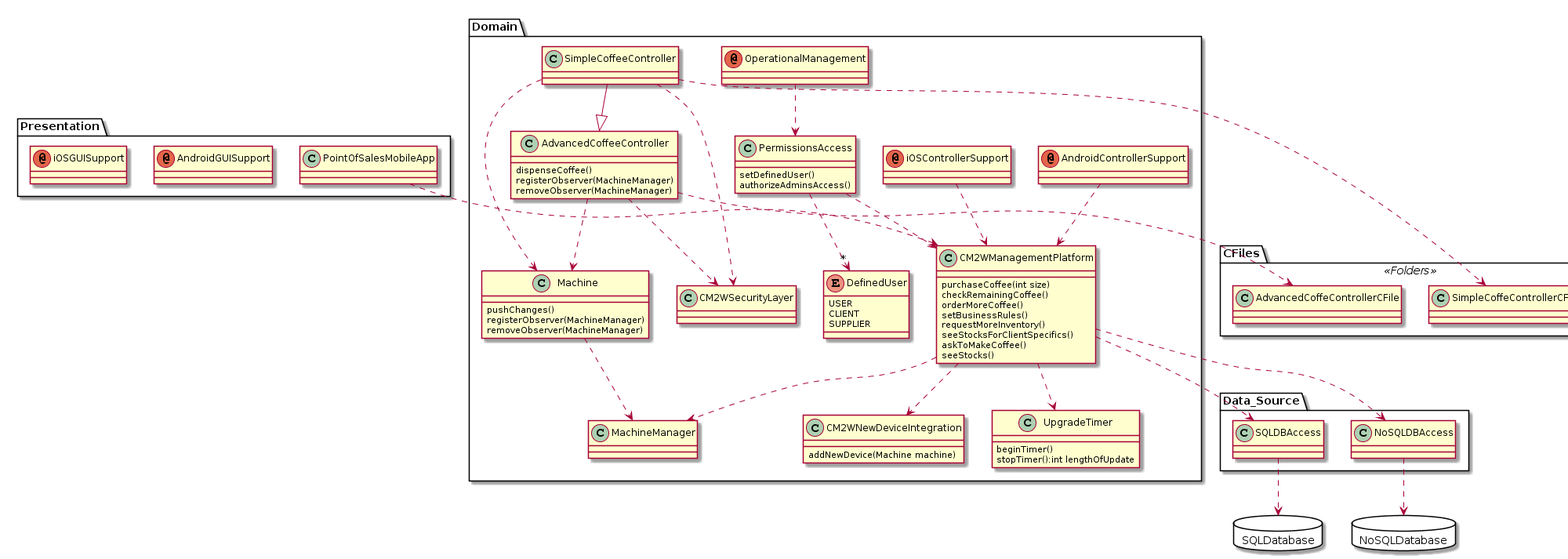
This is docs/images/FinalDomainModel.png from dgruninger97/Project, a PlantUML export, as it was before one commit.
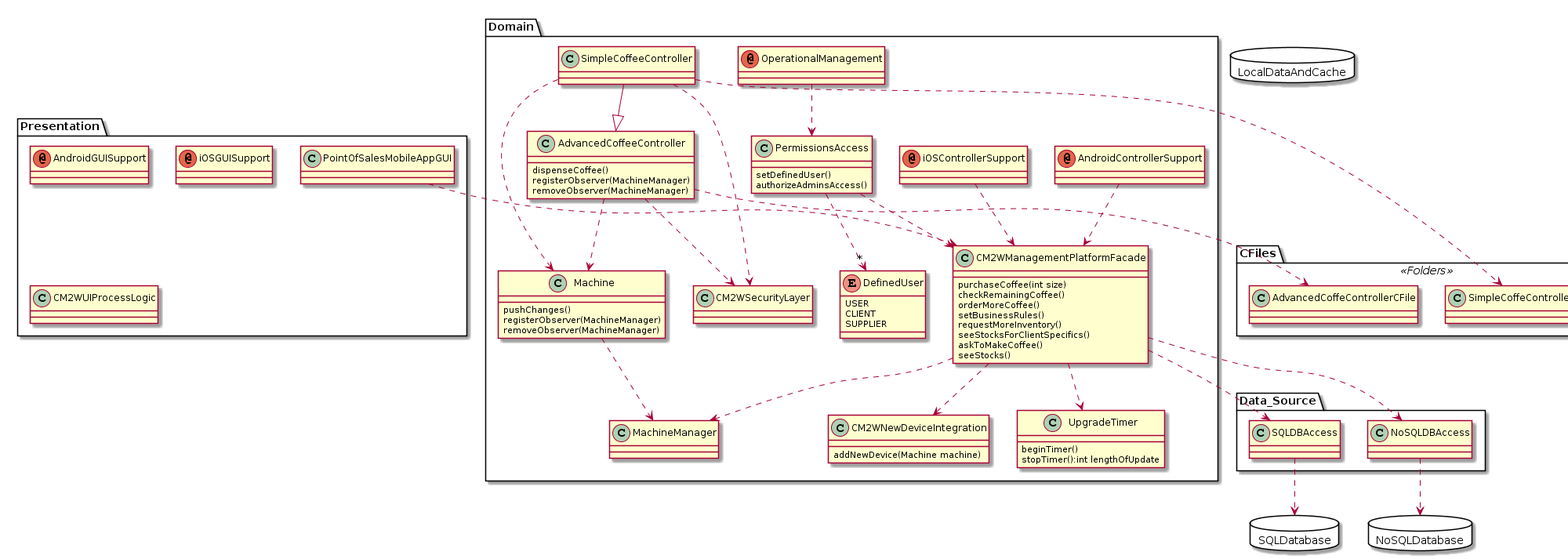
Above is the later version.

Diff of the diagram source:
```diff
@@ -1,5 +1,5 @@
 @startuml
-class Presentation.PointOfSalesMobileApp{
+class Presentation.PointOfSalesMobileAppGUI{
 }
 annotation Presentation.AndroidGUISupport
 annotation Presentation.iOSGUISupport
@@ -16,7 +16,7 @@
 registerObserver(MachineManager)
 removeObserver(MachineManager)
 }
-class Domain.CM2WManagementPlatform{
+class Domain.CM2WManagementPlatformFacade{
 purchaseCoffee(int size)
 checkRemainingCoffee()
 orderMoreCoffee()
@@ -60,19 +60,23 @@
 }
 class Domain.MachineManager{
 }
+class Presentation.CM2WUIProcessLogic{
+}
+package LocalDataAndCache <<Database>>{
+}
 Domain.OperationalManagement ..> Domain.PermissionsAccess
-Domain.AndroidControllerSupport..> Domain.CM2WManagementPlatform
-Domain.iOSControllerSupport ..> Domain.CM2WManagementPlatform
-Presentation.PointOfSalesMobileApp ..> Domain.CM2WManagementPlatform
-Domain.CM2WManagementPlatform ..> Data_Source.SQLDBAccess
+Domain.AndroidControllerSupport..> Domain.CM2WManagementPlatformFacade
+Domain.iOSControllerSupport ..> Domain.CM2WManagementPlatformFacade
+Presentation.PointOfSalesMobileAppGUI ..> Domain.CM2WManagementPlatformFacade
+Domain.CM2WManagementPlatformFacade..> Data_Source.SQLDBAccess
 Domain.SimpleCoffeeController ..> Domain.CM2WSecurityLayer
 Domain.AdvancedCoffeeController ..> Domain.CM2WSecurityLayer
-Domain.CM2WManagementPlatform ..> Data_Source.NoSQLDBAccess
-Domain.CM2WManagementPlatform ..> Domain.UpgradeTimer
-Domain.CM2WManagementPlatform ..> Domain.CM2WNewDeviceIntegration
+Domain.CM2WManagementPlatformFacade..> Data_Source.NoSQLDBAccess
+Domain.CM2WManagementPlatformFacade..> Domain.UpgradeTimer
+Domain.CM2WManagementPlatformFacade..> Domain.CM2WNewDeviceIntegration
 Domain.SimpleCoffeeController --|> Domain.AdvancedCoffeeController
-Domain.CM2WManagementPlatform ..> Domain.MachineManager
-Domain.PermissionsAccess ..> Domain.CM2WManagementPlatform
+Domain.CM2WManagementPlatformFacade..> Domain.MachineManager
+Domain.PermissionsAccess ..> Domain.CM2WManagementPlatformFacade
 Domain.PermissionsAccess ..>"*" Domain.DefinedUser
 Data_Source.SQLDBAccess ..> SQLDatabase
 Data_Source.NoSQLDBAccess ..> NoSQLDatabase
```
